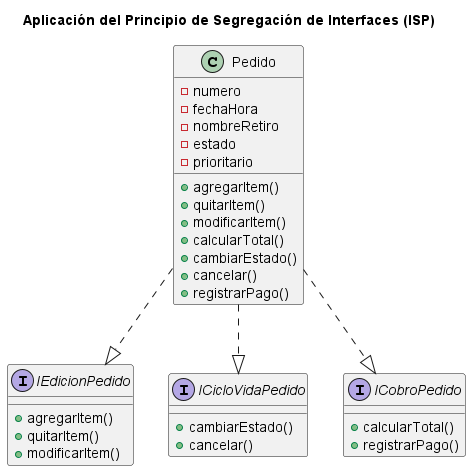
Earlier version of the PlantUML export diagramas/01-diagrama-clases/01-solid-04-isp.png (cmariano93-netizen/SistemaPedidos).
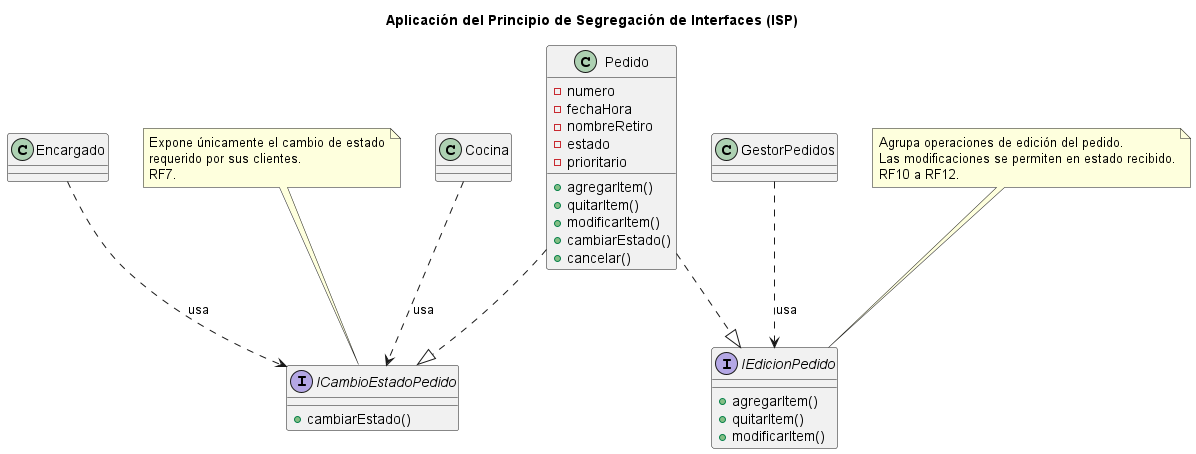
After the change.

The edit, as a diff of the source:
```diff
@@ -7,14 +7,8 @@
     + modificarItem()
 }
 
-interface ICicloVidaPedido {
+interface ICambioEstadoPedido {
     + cambiarEstado()
-    + cancelar()
-}
-
-interface ICobroPedido {
-    + calcularTotal()
-    + registrarPago()
 }
 
 class Pedido {
@@ -27,14 +21,31 @@
     + agregarItem()
     + quitarItem()
     + modificarItem()
-    + calcularTotal()
     + cambiarEstado()
     + cancelar()
-    + registrarPago()
 }
 
+class GestorPedidos
+class Cocina
+class Encargado
+
 Pedido ..|> IEdicionPedido
-Pedido ..|> ICicloVidaPedido
-Pedido ..|> ICobroPedido
+Pedido ..|> ICambioEstadoPedido
+
+GestorPedidos ..> IEdicionPedido : usa
+Cocina ..> ICambioEstadoPedido : usa
+Encargado ..> ICambioEstadoPedido : usa
+
+note top of IEdicionPedido
+  Agrupa operaciones de edición del pedido.
+  Las modificaciones se permiten en estado recibido.
+  RF10 a RF12.
+end note
+
+note top of ICambioEstadoPedido
+  Expone únicamente el cambio de estado
+  requerido por sus clientes.
+  RF7.
+end note
 
 @enduml
```
